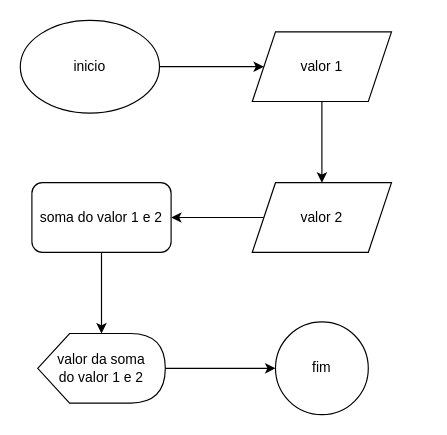
Before: page "Página-1" (1 of 2) of Diagrama sem nome.drawio in miragus/tec_desenvolvimento_tarde, a draw.io diagram. Source tidied: cells renumbered, new cells numbered last; positions are measured from the earlier drawing's top-left corner, leaving out a move shared by most shapes. Both pictures are drawn from the tidied source at 116%, with x=0, y=0 at pixel (20, 20).
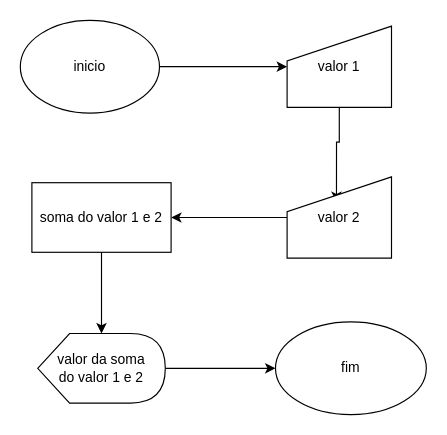
The same page after the edit.

Diff of the diagram source:
```diff
@@
 <mxGraphModel>
   <root>
     <mxCell id="0" />
     <mxCell id="1" parent="0" />
     <mxCell id="2" style="edgeStyle=orthogonalEdgeStyle;rounded=0;jettySize=auto;html=1;" parent="1" edge="1" source="3" target="5">
       <mxGeometry relative="1" as="geometry" />
     </mxCell>
     <mxCell id="3" value="inicio" style="ellipse;whiteSpace=wrap;html=1;" parent="1" vertex="1">
       <mxGeometry width="120" height="80" as="geometry" />
     </mxCell>
-    <mxCell id="4" style="edgeStyle=orthogonalEdgeStyle;rounded=0;jettySize=auto;html=1;" parent="1" edge="1" source="5" target="7">
+    <mxCell id="4" style="edgeStyle=orthogonalEdgeStyle;rounded=0;jettySize=auto;html=1;entryX=0.473;entryY=0.31;entryDx=0;entryDy=0;entryPerimeter=0;" parent="1" edge="1" source="5" target="7">
       <mxGeometry relative="1" as="geometry" />
     </mxCell>
-    <mxCell id="5" value="valor 1" style="shape=parallelogram;perimeter=parallelogramPerimeter;whiteSpace=wrap;html=1;fixedSize=1;" parent="1" vertex="1">
-      <mxGeometry x="200" y="10" width="120" height="60" as="geometry" />
+    <mxCell id="5" value="valor 1" style="shape=manualInput;whiteSpace=wrap;html=1;fixedSize=1;" parent="1" vertex="1">
+      <mxGeometry x="230" y="5" width="90" height="70" as="geometry" />
     </mxCell>
     <mxCell id="6" style="edgeStyle=orthogonalEdgeStyle;rounded=0;jettySize=auto;html=1;" parent="1" edge="1" source="7" target="9">
       <mxGeometry relative="1" as="geometry" />
     </mxCell>
-    <mxCell id="7" value="valor 2" style="shape=parallelogram;perimeter=parallelogramPerimeter;whiteSpace=wrap;html=1;fixedSize=1;" parent="1" vertex="1">
-      <mxGeometry x="200" y="140" width="120" height="60" as="geometry" />
+    <mxCell id="7" value="valor 2" style="shape=manualInput;whiteSpace=wrap;html=1;fixedSize=1;" parent="1" vertex="1">
+      <mxGeometry x="230" y="135" width="90" height="70" as="geometry" />
     </mxCell>
     <mxCell id="8" style="edgeStyle=orthogonalEdgeStyle;rounded=0;jettySize=auto;html=1;" parent="1" edge="1" source="9" target="11">
       <mxGeometry relative="1" as="geometry" />
     </mxCell>
-    <mxCell id="9" value="soma do valor 1 e 2" style="rounded=1;whiteSpace=wrap;html=1;" parent="1" vertex="1">
+    <mxCell id="9" value="soma do valor 1 e 2" style="rounded=0;whiteSpace=wrap;html=1;" parent="1" vertex="1">
       <mxGeometry x="10" y="140" width="120" height="60" as="geometry" />
     </mxCell>
     <mxCell id="10" style="edgeStyle=orthogonalEdgeStyle;rounded=0;jettySize=auto;html=1;" parent="1" edge="1" source="11" target="12">
       <mxGeometry relative="1" as="geometry" />
     </mxCell>
     <mxCell id="11" value="valor da soma&lt;br&gt;do valor 1 e 2" style="shape=display;whiteSpace=wrap;html=1;" parent="1" vertex="1">
       <mxGeometry x="15" y="270" width="110" height="60" as="geometry" />
     </mxCell>
-    <mxCell id="12" value="fim" style="ellipse;whiteSpace=wrap;html=1;" parent="1" vertex="1">
-      <mxGeometry x="220" y="260" width="80" height="80" as="geometry" />
+    <mxCell id="12" value="fim" style="whiteSpace=wrap;html=1;shape=ellipse;perimeter=ellipsePerimeter;" parent="1" vertex="1">
+      <mxGeometry x="220" y="260" width="130" height="80" as="geometry" />
     </mxCell>
   </root>
 </mxGraphModel>
```
